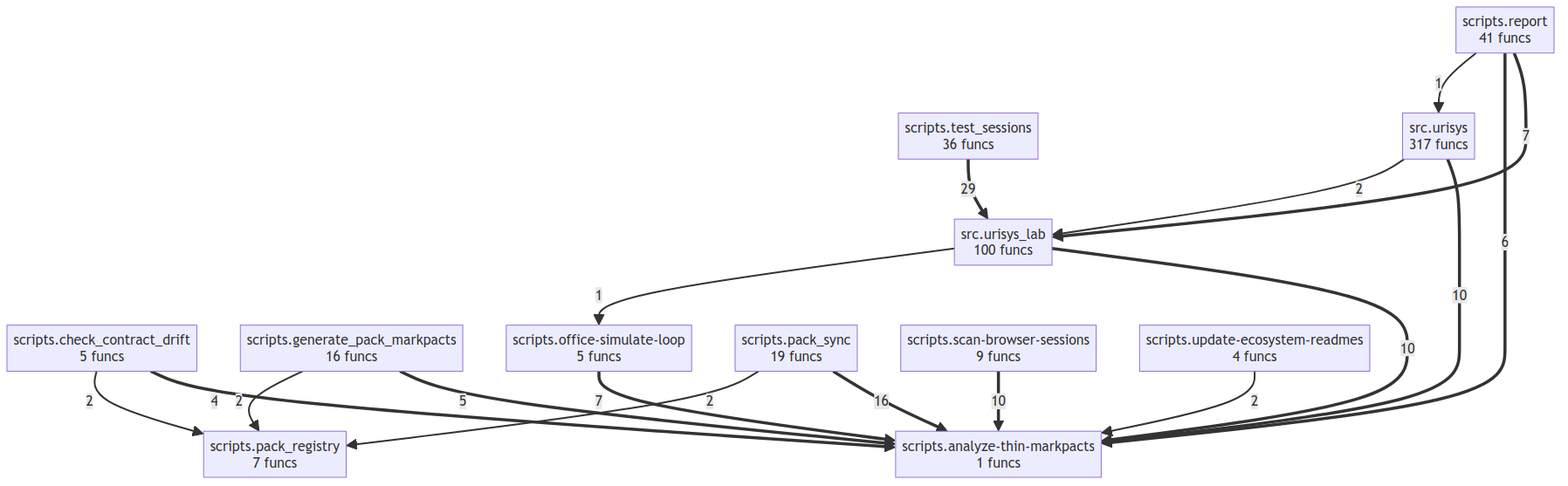
Before: project/compact_flow.png, a diagram exported from Mermaid (tellmesh/urisys). Its source is kept beside it as project/compact_flow.mmd.
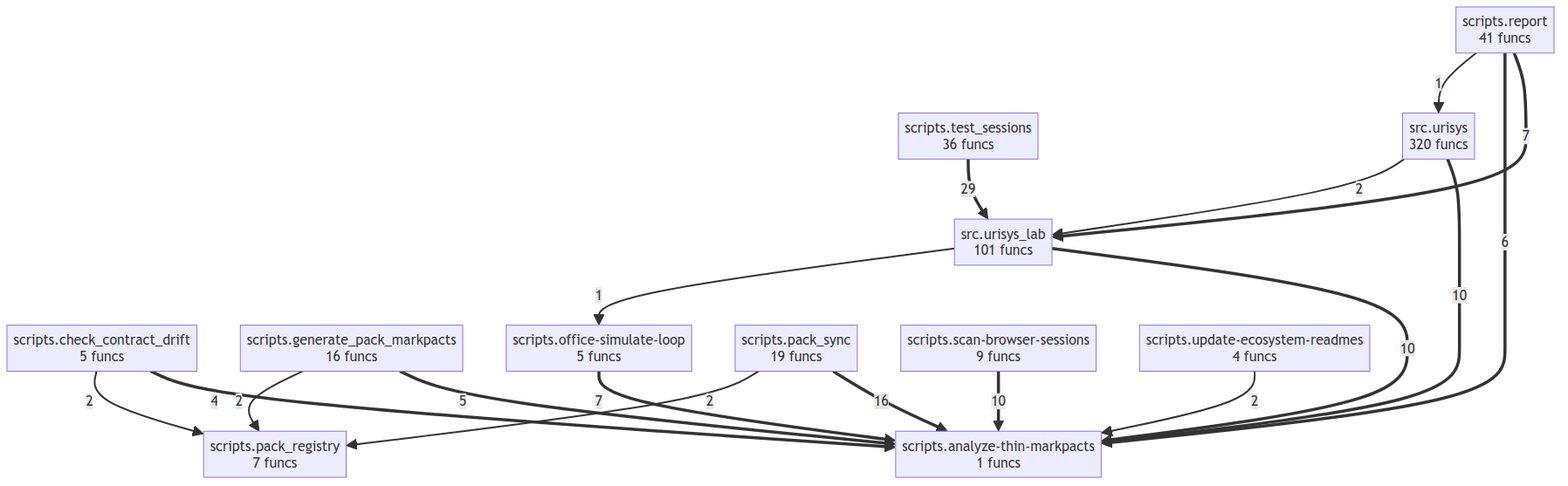
Above is the later version.

Diff of the diagram source:
```diff
@@ -9,8 +9,8 @@
     scripts__scan_browser_sessions["scripts.scan-browser-sessions<br/>9 funcs"]
     scripts__test_sessions["scripts.test_sessions<br/>36 funcs"]
     scripts__update_ecosystem_readmes["scripts.update-ecosystem-readmes<br/>4 funcs"]
-    src__urisys["src.urisys<br/>317 funcs"]
-    src__urisys_lab["src.urisys_lab<br/>100 funcs"]
+    src__urisys["src.urisys<br/>320 funcs"]
+    src__urisys_lab["src.urisys_lab<br/>101 funcs"]
     scripts__test_sessions ==>|29| src__urisys_lab
     scripts__pack_sync ==>|16| scripts__analyze_thin_markpacts
     src__urisys ==>|10| scripts__analyze_thin_markpacts
@@ -23,8 +23,8 @@
     scripts__check_contract_drift ==>|4| scripts__analyze_thin_markpacts
     src__urisys -->|2| src__urisys_lab
     scripts__generate_pack_markpacts -->|2| scripts__pack_registry
+    scripts__check_contract_drift -->|2| scripts__pack_registry
     scripts__update_ecosystem_readmes -->|2| scripts__analyze_thin_markpacts
     scripts__pack_sync -->|2| scripts__pack_registry
-    scripts__check_contract_drift -->|2| scripts__pack_registry
     src__urisys_lab -->|1| scripts__office_simulate_loop
     scripts__report -->|1| src__urisys
```
